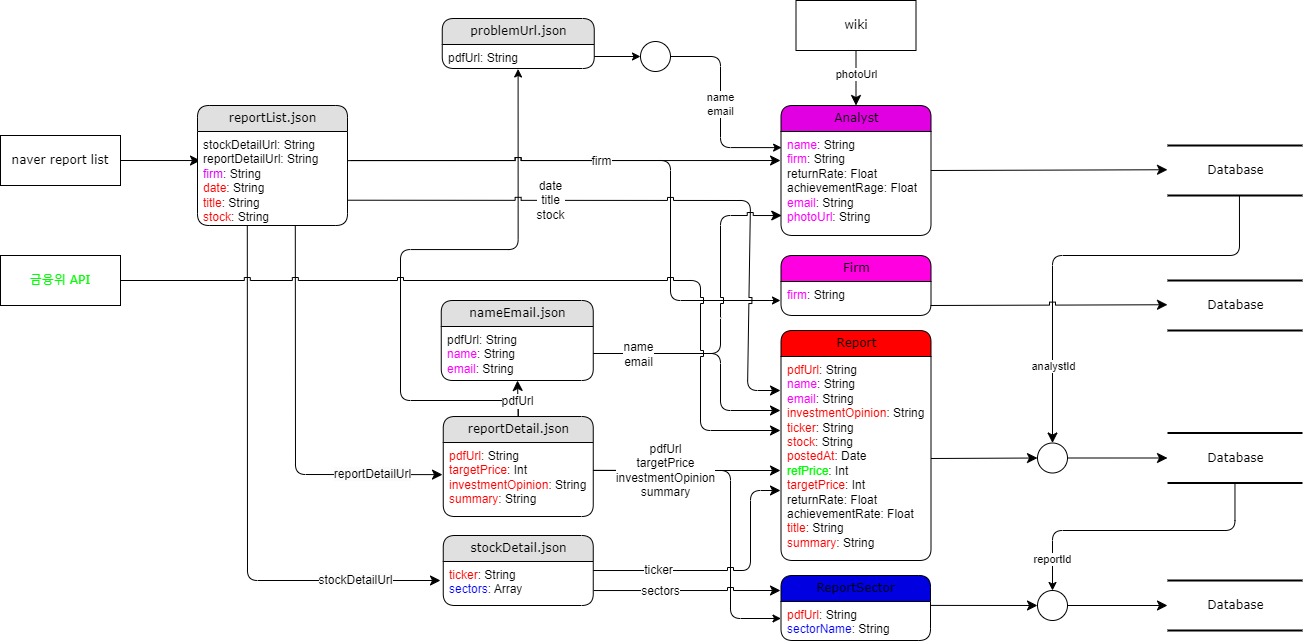
Before: diagram/DataFlow.drawio.png, a diagram exported from draw.io (PDA-stockX/research-crawling). Source tidied: cells renumbered, new cells last; positions are measured from the earlier drawing's top-left corner, leaving out a move shared by most shapes.
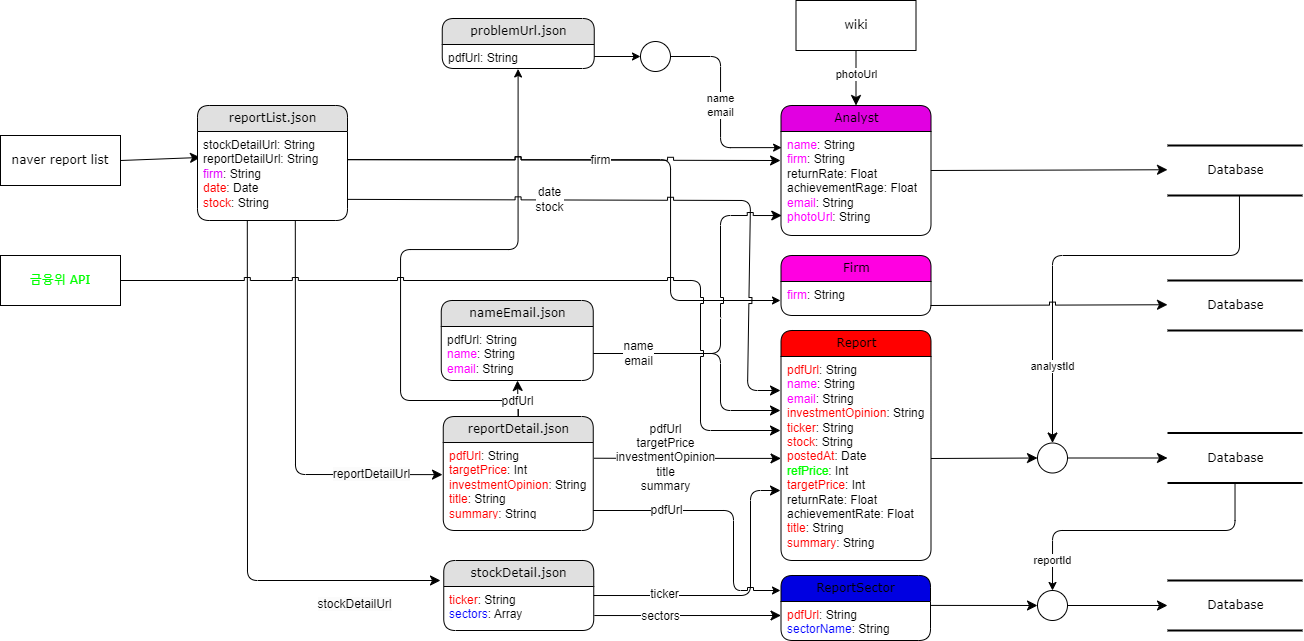
Above is the later version.

Diff of the diagram source:
```diff
@@ -2,6 +2,29 @@
   <root>
     <mxCell id="0" />
     <mxCell id="1" parent="0" />
+    <mxCell id="12" style="edgeStyle=none;html=1;labelBackgroundColor=none;startFill=0;startSize=8;endFill=1;endSize=8;fontFamily=Verdana;fontSize=12;entryX=-0.005;entryY=0.434;entryDx=0;entryDy=0;entryPerimeter=0;exitX=0.652;exitY=0.999;exitDx=0;exitDy=0;exitPerimeter=0;" parent="1" edge="1" source="9" target="35">
+      <mxGeometry relative="1" as="geometry">
+        <Array as="points">
+          <mxPoint x="295" y="474" />
+        </Array>
+      </mxGeometry>
+    </mxCell>
+    <mxCell id="13" value="&lt;span style=&quot;text-align: left; text-wrap: wrap; background-color: rgb(251, 251, 251);&quot;&gt;reportDetailUrl&lt;/span&gt;" style="edgeLabel;html=1;align=center;verticalAlign=middle;fontSize=12;" parent="12" vertex="1">
+      <mxGeometry x="0.65" y="1" relative="1" as="geometry" />
+    </mxCell>
+    <mxCell id="14" style="edgeStyle=none;html=1;labelBackgroundColor=none;startFill=0;startSize=8;endFill=1;endSize=8;fontFamily=Verdana;fontSize=12;exitX=0.332;exitY=0.997;exitDx=0;exitDy=0;exitPerimeter=0;" parent="1" edge="1" source="9">
+      <mxGeometry relative="1" as="geometry">
+        <mxPoint x="440" y="580" as="targetPoint" />
+        <Array as="points">
+          <mxPoint x="247" y="580" />
+        </Array>
+      </mxGeometry>
+    </mxCell>
+    <mxCell id="15" value="&lt;span style=&quot;text-align: left; text-wrap: wrap; background-color: rgb(251, 251, 251);&quot;&gt;stockDetailUrl&lt;/span&gt;" style="edgeLabel;html=1;align=center;verticalAlign=middle;fontSize=12;" parent="14" vertex="1">
+      <mxGeometry x="0.69" y="1" relative="1" as="geometry">
+        <mxPoint x="1" y="25" as="offset" />
+      </mxGeometry>
+    </mxCell>
     <mxCell id="2" style="edgeStyle=orthogonalEdgeStyle;rounded=1;jettySize=auto;html=1;exitX=0.5;exitY=0;exitDx=0;exitDy=0;entryX=0.499;entryY=1.02;entryDx=0;entryDy=0;entryPerimeter=0;curved=0;jumpStyle=sharp;" parent="1" edge="1" source="34" target="58">
       <mxGeometry relative="1" as="geometry">
         <Array as="points">
@@ -12,24 +35,12 @@
         </Array>
       </mxGeometry>
     </mxCell>
-    <mxCell id="3" style="edgeStyle=orthogonalEdgeStyle;rounded=1;jettySize=auto;html=1;curved=0;jumpStyle=sharp;entryX=0;entryY=0.5;entryDx=0;entryDy=0;" parent="1" edge="1" target="26">
-      <mxGeometry relative="1" as="geometry">
-        <mxPoint x="590" y="470" as="sourcePoint" />
-        <Array as="points">
-          <mxPoint x="600" y="470" />
-          <mxPoint x="730" y="470" />
-          <mxPoint x="730" y="618" />
-        </Array>
-      </mxGeometry>
-    </mxCell>
-    <mxCell id="4" style="edgeStyle=orthogonalEdgeStyle;rounded=1;orthogonalLoop=1;jettySize=auto;html=1;curved=0;jumpStyle=sharp;" parent="1" edge="1">
+    <mxCell id="4" style="edgeStyle=orthogonalEdgeStyle;rounded=1;jettySize=auto;html=1;curved=0;jumpStyle=sharp;exitX=0.997;exitY=0.335;exitDx=0;exitDy=0;exitPerimeter=0;" parent="1" edge="1" source="9">
       <mxGeometry relative="1" as="geometry">
-        <mxPoint x="350" y="160" as="sourcePoint" />
         <mxPoint x="780" y="300" as="targetPoint" />
         <Array as="points">
-          <mxPoint x="670" y="160" />
+          <mxPoint x="670" y="159" />
           <mxPoint x="670" y="300" />
-          <mxPoint x="780" y="300" />
         </Array>
       </mxGeometry>
     </mxCell>
@@ -49,38 +60,17 @@
       <mxGeometry relative="1" as="geometry" />
     </mxCell>
     <mxCell id="8" value="reportList.json" style="swimlane;html=1;fontStyle=0;horizontal=1;startSize=26;fillColor=#e0e0e0;swimlaneFillColor=#ffffff;align=center;rounded=1;shadow=0;comic=0;labelBackgroundColor=none;strokeWidth=1;fontFamily=Verdana;fontSize=12;" parent="1" vertex="1">
-      <mxGeometry x="197" y="105" width="150" height="120" as="geometry" />
+      <mxGeometry x="197" y="105" width="150" height="115" as="geometry" />
     </mxCell>
-    <mxCell id="9" value="stockDetailUrl: String&lt;div&gt;reportDetailUrl: String&lt;/div&gt;&lt;div&gt;&lt;font color=&quot;#e100ff&quot;&gt;firm&lt;/font&gt;: String&lt;/div&gt;&lt;div&gt;&lt;font color=&quot;#ff0000&quot;&gt;date&lt;/font&gt;: String&lt;/div&gt;&lt;div&gt;&lt;font color=&quot;#ff0000&quot;&gt;title&lt;/font&gt;: String&lt;/div&gt;&lt;div&gt;&lt;div&gt;&lt;font color=&quot;#ff0000&quot;&gt;stock&lt;/font&gt;: String&lt;/div&gt;&lt;/div&gt;" style="text;html=1;strokeColor=none;fillColor=none;spacingLeft=4;spacingRight=4;whiteSpace=wrap;overflow=hidden;points=[[0,0.5],[1,0.5]];portConstraint=eastwest;align=left;" parent="8" vertex="1">
-      <mxGeometry y="26" width="150" height="94" as="geometry" />
+    <mxCell id="9" value="stockDetailUrl: String&lt;div&gt;reportDetailUrl: String&lt;/div&gt;&lt;div&gt;&lt;font color=&quot;#e100ff&quot;&gt;firm&lt;/font&gt;: String&lt;/div&gt;&lt;div&gt;&lt;font color=&quot;#ff0000&quot;&gt;date&lt;/font&gt;: Date&lt;/div&gt;&lt;div&gt;&lt;div&gt;&lt;font color=&quot;#ff0000&quot;&gt;stock&lt;/font&gt;: String&lt;/div&gt;&lt;/div&gt;" style="text;html=1;strokeColor=none;fillColor=none;spacingLeft=4;spacingRight=4;whiteSpace=wrap;overflow=hidden;points=[[0,0.5],[1,0.5]];portConstraint=eastwest;align=left;" parent="8" vertex="1">
+      <mxGeometry y="26" width="150" height="84" as="geometry" />
     </mxCell>
     <mxCell id="10" value="stockDetail.json" style="swimlane;html=1;fontStyle=0;horizontal=1;startSize=26;fillColor=#e0e0e0;swimlaneFillColor=#ffffff;align=center;rounded=1;shadow=0;comic=0;labelBackgroundColor=none;strokeWidth=1;fontFamily=Verdana;fontSize=12;" parent="1" vertex="1">
-      <mxGeometry x="442.7" y="535" width="150" height="70" as="geometry" />
+      <mxGeometry x="443.2" y="560" width="150" height="70" as="geometry" />
     </mxCell>
     <mxCell id="11" value="&lt;font color=&quot;#ff0000&quot;&gt;ticker&lt;/font&gt;: String&lt;div&gt;&lt;font color=&quot;#0000ff&quot;&gt;sectors&lt;/font&gt;: Array&lt;/div&gt;" style="text;html=1;strokeColor=none;fillColor=none;spacingLeft=4;spacingRight=4;whiteSpace=wrap;overflow=hidden;points=[[0,0.5],[1,0.5]];portConstraint=eastwest;align=left;" parent="10" vertex="1">
       <mxGeometry y="26" width="150" height="44" as="geometry" />
     </mxCell>
-    <mxCell id="12" style="edgeStyle=none;html=1;labelBackgroundColor=none;startFill=0;startSize=8;endFill=1;endSize=8;fontFamily=Verdana;fontSize=12;entryX=-0.005;entryY=0.434;entryDx=0;entryDy=0;entryPerimeter=0;exitX=0.652;exitY=0.999;exitDx=0;exitDy=0;exitPerimeter=0;" parent="1" edge="1" source="9" target="35">
-      <mxGeometry relative="1" as="geometry">
-        <Array as="points">
-          <mxPoint x="295" y="474" />
-        </Array>
-      </mxGeometry>
-    </mxCell>
-    <mxCell id="13" value="&lt;span style=&quot;text-align: left; text-wrap: wrap; background-color: rgb(251, 251, 251);&quot;&gt;reportDetailUrl&lt;/span&gt;" style="edgeLabel;html=1;align=center;verticalAlign=middle;fontSize=12;" parent="12" vertex="1">
-      <mxGeometry x="0.65" y="1" relative="1" as="geometry" />
-    </mxCell>
-    <mxCell id="14" style="edgeStyle=none;html=1;labelBackgroundColor=none;startFill=0;startSize=8;endFill=1;endSize=8;fontFamily=Verdana;fontSize=12;exitX=0.332;exitY=0.997;exitDx=0;exitDy=0;exitPerimeter=0;" parent="1" edge="1" source="9">
-      <mxGeometry relative="1" as="geometry">
-        <mxPoint x="440" y="580" as="targetPoint" />
-        <Array as="points">
-          <mxPoint x="247" y="580" />
-        </Array>
-      </mxGeometry>
-    </mxCell>
-    <mxCell id="15" value="&lt;span style=&quot;text-align: left; text-wrap: wrap; background-color: rgb(251, 251, 251);&quot;&gt;stockDetailUrl&lt;/span&gt;" style="edgeLabel;html=1;align=center;verticalAlign=middle;fontSize=12;" parent="14" vertex="1">
-      <mxGeometry x="0.69" y="1" relative="1" as="geometry" />
-    </mxCell>
     <mxCell id="16" value="&lt;font color=&quot;#00ff00&quot;&gt;금융위 API&lt;/font&gt;" style="whiteSpace=wrap;html=1;rounded=0;shadow=0;comic=0;labelBackgroundColor=none;strokeWidth=1;fontFamily=Verdana;fontSize=12;align=center;" parent="1" vertex="1">
       <mxGeometry y="255" width="120" height="50" as="geometry" />
     </mxCell>
@@ -90,7 +80,7 @@
     <mxCell id="18" value="&lt;font color=&quot;#ff00ff&quot;&gt;name&lt;/font&gt;: String&lt;div&gt;&lt;font color=&quot;#ff00ff&quot;&gt;firm&lt;/font&gt;: String&lt;/div&gt;&lt;div&gt;returnRate: Float&lt;/div&gt;&lt;div&gt;achievementRage: Float&lt;/div&gt;&lt;div&gt;&lt;font color=&quot;#ff00ff&quot;&gt;email&lt;/font&gt;: String&lt;/div&gt;&lt;div&gt;&lt;font color=&quot;#ff00ff&quot;&gt;photoUrl&lt;/font&gt;: String&lt;/div&gt;" style="text;html=1;strokeColor=none;fillColor=none;spacingLeft=4;spacingRight=4;whiteSpace=wrap;overflow=hidden;points=[[0,0.5],[1,0.5]];portConstraint=eastwest;align=left;" parent="17" vertex="1">
       <mxGeometry y="26" width="150" height="104" as="geometry" />
     </mxCell>
-    <mxCell id="19" style="edgeStyle=none;html=1;labelBackgroundColor=none;startFill=0;startSize=8;endFill=1;endSize=8;fontFamily=Verdana;fontSize=12;jumpStyle=sharp;exitX=1;exitY=0.31;exitDx=0;exitDy=0;exitPerimeter=0;entryX=-0.003;entryY=0.279;entryDx=0;entryDy=0;entryPerimeter=0;" parent="1" edge="1" source="9" target="18">
+    <mxCell id="19" style="edgeStyle=none;html=1;labelBackgroundColor=none;startFill=0;startSize=8;endFill=1;endSize=8;fontFamily=Verdana;fontSize=12;jumpStyle=sharp;entryX=-0.003;entryY=0.279;entryDx=0;entryDy=0;entryPerimeter=0;exitX=1;exitY=0.335;exitDx=0;exitDy=0;exitPerimeter=0;" parent="1" edge="1" source="9" target="18">
       <mxGeometry relative="1" as="geometry" />
     </mxCell>
     <mxCell id="20" value="firm" style="edgeLabel;html=1;align=center;verticalAlign=middle;fontSize=12;fontFamily=Helvetica;fontColor=default;labelBackgroundColor=default;" parent="19" vertex="1">
@@ -102,17 +92,16 @@
     <mxCell id="22" value="&lt;font color=&quot;#ff0000&quot;&gt;pdfUrl&lt;/font&gt;: String&lt;div&gt;&lt;font color=&quot;#ff00ff&quot;&gt;name&lt;/font&gt;: String&lt;font style=&quot;background-color: initial;&quot; color=&quot;#ff0000&quot;&gt;&lt;br&gt;&lt;/font&gt;&lt;/div&gt;&lt;div&gt;&lt;font color=&quot;#ff00ff&quot;&gt;email&lt;/font&gt;: String&lt;br&gt;&lt;/div&gt;&lt;div&gt;&lt;font style=&quot;background-color: initial;&quot; color=&quot;#ff0000&quot;&gt;investmentOpinion&lt;/font&gt;&lt;span style=&quot;background-color: initial;&quot;&gt;: String&lt;/span&gt;&lt;br&gt;&lt;/div&gt;&lt;div&gt;&lt;font color=&quot;#ff0000&quot;&gt;ticker&lt;/font&gt;: String&lt;/div&gt;&lt;div&gt;&lt;font color=&quot;#ff0000&quot;&gt;stock&lt;/font&gt;: String&lt;br&gt;&lt;/div&gt;&lt;div&gt;&lt;font color=&quot;#ff0000&quot;&gt;postedAt&lt;/font&gt;: Date&lt;/div&gt;&lt;div&gt;&lt;font color=&quot;#00ff00&quot;&gt;refPrice&lt;/font&gt;: Int&lt;/div&gt;&lt;div&gt;&lt;font color=&quot;#ff0000&quot;&gt;targetPrice&lt;/font&gt;: Int&lt;/div&gt;&lt;div&gt;returnRate: Float&lt;/div&gt;&lt;div&gt;achievementRate: Float&lt;/div&gt;&lt;div&gt;&lt;font style=&quot;background-color: initial;&quot; color=&quot;#ff0000&quot;&gt;title&lt;/font&gt;&lt;span style=&quot;background-color: initial;&quot;&gt;: String&lt;/span&gt;&lt;/div&gt;&lt;font color=&quot;#ff0000&quot;&gt;summary&lt;/font&gt;: String" style="text;html=1;strokeColor=none;fillColor=none;spacingLeft=4;spacingRight=4;whiteSpace=wrap;overflow=hidden;points=[[0,0.5],[1,0.5]];portConstraint=eastwest;align=left;" parent="21" vertex="1">
       <mxGeometry y="26" width="150" height="204" as="geometry" />
     </mxCell>
-    <mxCell id="23" style="edgeStyle=none;html=1;labelBackgroundColor=none;startFill=0;startSize=8;endFill=1;endSize=8;fontFamily=Verdana;fontSize=12;jumpStyle=sharp;exitX=0.998;exitY=0.731;exitDx=0;exitDy=0;exitPerimeter=0;" parent="1" edge="1" source="9">
+    <mxCell id="23" style="edgeStyle=none;html=1;labelBackgroundColor=none;startFill=0;startSize=8;endFill=1;endSize=8;fontFamily=Verdana;fontSize=12;jumpStyle=sharp;exitX=0.999;exitY=0.808;exitDx=0;exitDy=0;exitPerimeter=0;" parent="1" edge="1" source="9">
       <mxGeometry relative="1" as="geometry">
         <mxPoint x="780" y="390" as="targetPoint" />
         <Array as="points">
-          <mxPoint x="550" y="200" />
           <mxPoint x="750" y="200" />
           <mxPoint x="747" y="390" />
         </Array>
       </mxGeometry>
     </mxCell>
-    <mxCell id="24" value="&lt;span style=&quot;font-size: 12px;&quot;&gt;date&lt;/span&gt;&lt;div&gt;&lt;span style=&quot;font-size: 12px;&quot;&gt;title&lt;/span&gt;&lt;/div&gt;&lt;div&gt;&lt;span style=&quot;font-size: 12px;&quot;&gt;stock&lt;/span&gt;&lt;/div&gt;" style="edgeLabel;html=1;align=center;verticalAlign=middle;" parent="23" vertex="1">
+    <mxCell id="24" value="&lt;span style=&quot;font-size: 12px;&quot;&gt;date&lt;/span&gt;&lt;div&gt;&lt;span style=&quot;font-size: 12px;&quot;&gt;stock&lt;/span&gt;&lt;/div&gt;" style="edgeLabel;html=1;align=center;verticalAlign=middle;" parent="23" vertex="1">
       <mxGeometry x="-0.35" y="1" relative="1" as="geometry" />
     </mxCell>
     <mxCell id="25" value="ReportSector" style="swimlane;html=1;fontStyle=0;horizontal=1;startSize=26;fillColor=#0000e1;swimlaneFillColor=#ffffff;align=center;rounded=1;shadow=0;comic=0;labelBackgroundColor=none;strokeWidth=1;fontFamily=Verdana;fontSize=12;" parent="1" vertex="1">
@@ -136,7 +125,7 @@
       <mxGeometry relative="1" as="geometry">
         <mxPoint x="780" y="490" as="targetPoint" />
         <Array as="points">
-          <mxPoint x="750" y="570" />
+          <mxPoint x="750" y="595" />
           <mxPoint x="750" y="490" />
         </Array>
       </mxGeometry>
@@ -146,7 +135,7 @@
     </mxCell>
     <mxCell id="31" style="edgeStyle=none;html=1;labelBackgroundColor=none;startFill=0;startSize=8;endFill=1;endSize=8;fontFamily=Verdana;fontSize=12;exitX=1.004;exitY=0.66;exitDx=0;exitDy=0;exitPerimeter=0;jumpStyle=sharp;" parent="1" edge="1" source="11">
       <mxGeometry relative="1" as="geometry">
-        <mxPoint x="780" y="590" as="targetPoint" />
+        <mxPoint x="780.5" y="615" as="targetPoint" />
       </mxGeometry>
     </mxCell>
     <mxCell id="32" value="&lt;span style=&quot;font-size: 12px;&quot;&gt;sectors&lt;/span&gt;" style="edgeLabel;html=1;align=center;verticalAlign=middle;" parent="31" vertex="1">
@@ -156,20 +145,21 @@
       <mxGeometry x="795.5" width="120" height="50" as="geometry" />
     </mxCell>
     <mxCell id="34" value="reportDetail.json" style="swimlane;html=1;fontStyle=0;horizontal=1;startSize=26;fillColor=#e0e0e0;swimlaneFillColor=#ffffff;align=center;rounded=1;shadow=0;comic=0;labelBackgroundColor=none;strokeWidth=1;fontFamily=Verdana;fontSize=12;" parent="1" vertex="1">
-      <mxGeometry x="442.7" y="416" width="150" height="100" as="geometry" />
+      <mxGeometry x="442.8" y="416" width="150" height="114" as="geometry" />
     </mxCell>
-    <mxCell id="35" value="&lt;font color=&quot;#ff0000&quot;&gt;pdfUrl&lt;/font&gt;: String&lt;div&gt;&lt;font color=&quot;#ff0000&quot;&gt;targetPrice&lt;/font&gt;: Int&lt;/div&gt;&lt;div&gt;&lt;font color=&quot;#ff0000&quot;&gt;investmentOpinion&lt;/font&gt;: String&lt;/div&gt;&lt;div&gt;&lt;font color=&quot;#ff0000&quot;&gt;summary&lt;/font&gt;: String&lt;br&gt;&lt;/div&gt;" style="text;html=1;strokeColor=none;fillColor=none;spacingLeft=4;spacingRight=4;whiteSpace=wrap;overflow=hidden;points=[[0,0.5],[1,0.5]];portConstraint=eastwest;align=left;" parent="34" vertex="1">
+    <mxCell id="35" value="&lt;font color=&quot;#ff0000&quot;&gt;pdfUrl&lt;/font&gt;: String&lt;div&gt;&lt;font color=&quot;#ff0000&quot;&gt;targetPrice&lt;/font&gt;: Int&lt;/div&gt;&lt;div&gt;&lt;font color=&quot;#ff0000&quot;&gt;investmentOpinion&lt;/font&gt;: String&lt;/div&gt;&lt;div&gt;&lt;font color=&quot;#ff0000&quot;&gt;title&lt;/font&gt;: String&lt;br&gt;&lt;/div&gt;&lt;div&gt;&lt;font color=&quot;#ff0000&quot;&gt;summary&lt;/font&gt;: String&lt;br&gt;&lt;/div&gt;" style="text;html=1;strokeColor=none;fillColor=none;spacingLeft=4;spacingRight=4;whiteSpace=wrap;overflow=hidden;points=[[0,0.5],[1,0.5]];portConstraint=eastwest;align=left;" parent="34" vertex="1">
       <mxGeometry y="26" width="150" height="74" as="geometry" />
     </mxCell>
-    <mxCell id="36" style="edgeStyle=none;html=1;labelBackgroundColor=none;startFill=0;startSize=8;endFill=1;endSize=8;fontFamily=Verdana;fontSize=12;exitX=1.002;exitY=0.376;exitDx=0;exitDy=0;exitPerimeter=0;" parent="1" edge="1" source="35">
+    <mxCell id="36" style="edgeStyle=none;html=1;labelBackgroundColor=none;startFill=0;startSize=8;endFill=1;endSize=8;fontFamily=Verdana;fontSize=12;exitX=1.002;exitY=0.376;exitDx=0;exitDy=0;exitPerimeter=0;" parent="1" edge="1">
       <mxGeometry relative="1" as="geometry">
-        <mxPoint x="780" y="470" as="targetPoint" />
+        <mxPoint x="593.5" y="457.7" as="sourcePoint" />
+        <mxPoint x="780.5" y="457.9" as="targetPoint" />
         <Array as="points">
-          <mxPoint x="690" y="470" />
+          <mxPoint x="690.5" y="457.9" />
         </Array>
       </mxGeometry>
     </mxCell>
-    <mxCell id="37" value="pdfUrl&lt;div&gt;targetPrice&lt;/div&gt;&lt;div&gt;investmentOpinion&lt;/div&gt;&lt;div&gt;summary&lt;/div&gt;" style="edgeLabel;html=1;align=center;verticalAlign=middle;fontSize=12;" parent="36" vertex="1">
+    <mxCell id="37" value="pdfUrl&lt;div&gt;targetPrice&lt;/div&gt;&lt;div&gt;investmentOpinion&lt;/div&gt;&lt;div&gt;title&lt;/div&gt;&lt;div&gt;summary&lt;/div&gt;" style="edgeLabel;html=1;align=center;verticalAlign=middle;fontSize=12;" parent="36" vertex="1">
       <mxGeometry x="-0.23" y="1" relative="1" as="geometry" />
     </mxCell>
     <mxCell id="38" value="nameEmail.json" style="swimlane;html=1;fontStyle=0;horizontal=1;startSize=26;fillColor=#e0e0e0;swimlaneFillColor=#ffffff;align=center;rounded=1;shadow=0;comic=0;labelBackgroundColor=none;strokeWidth=1;fontFamily=Verdana;fontSize=12;" parent="1" vertex="1">
@@ -291,5 +281,19 @@
     <mxCell id="68" style="ellipse;whiteSpace=wrap;html=1;rounded=1;shadow=0;comic=0;labelBackgroundColor=none;strokeWidth=1;fontFamily=Verdana;fontSize=12;align=center;" parent="1" vertex="1">
       <mxGeometry x="1037" y="590" width="30" height="30" as="geometry" />
     </mxCell>
+    <mxCell id="69" style="edgeStyle=orthogonalEdgeStyle;rounded=1;orthogonalLoop=1;jettySize=auto;html=1;curved=0;jumpStyle=sharp;" parent="1" edge="1">
+      <mxGeometry relative="1" as="geometry">
+        <mxPoint x="592.8" y="510" as="sourcePoint" />
+        <mxPoint x="780" y="590" as="targetPoint" />
+        <Array as="points">
+          <mxPoint x="733" y="510" />
+          <mxPoint x="733" y="590" />
+          <mxPoint x="777" y="590" />
+        </Array>
+      </mxGeometry>
+    </mxCell>
+    <mxCell id="70" value="pdfUrl" style="edgeLabel;html=1;align=center;verticalAlign=middle;fontSize=12;fontFamily=Helvetica;fontColor=default;labelBackgroundColor=default;" parent="69" vertex="1">
+      <mxGeometry x="-0.46" relative="1" as="geometry" />
+    </mxCell>
   </root>
 </mxGraphModel>
```
